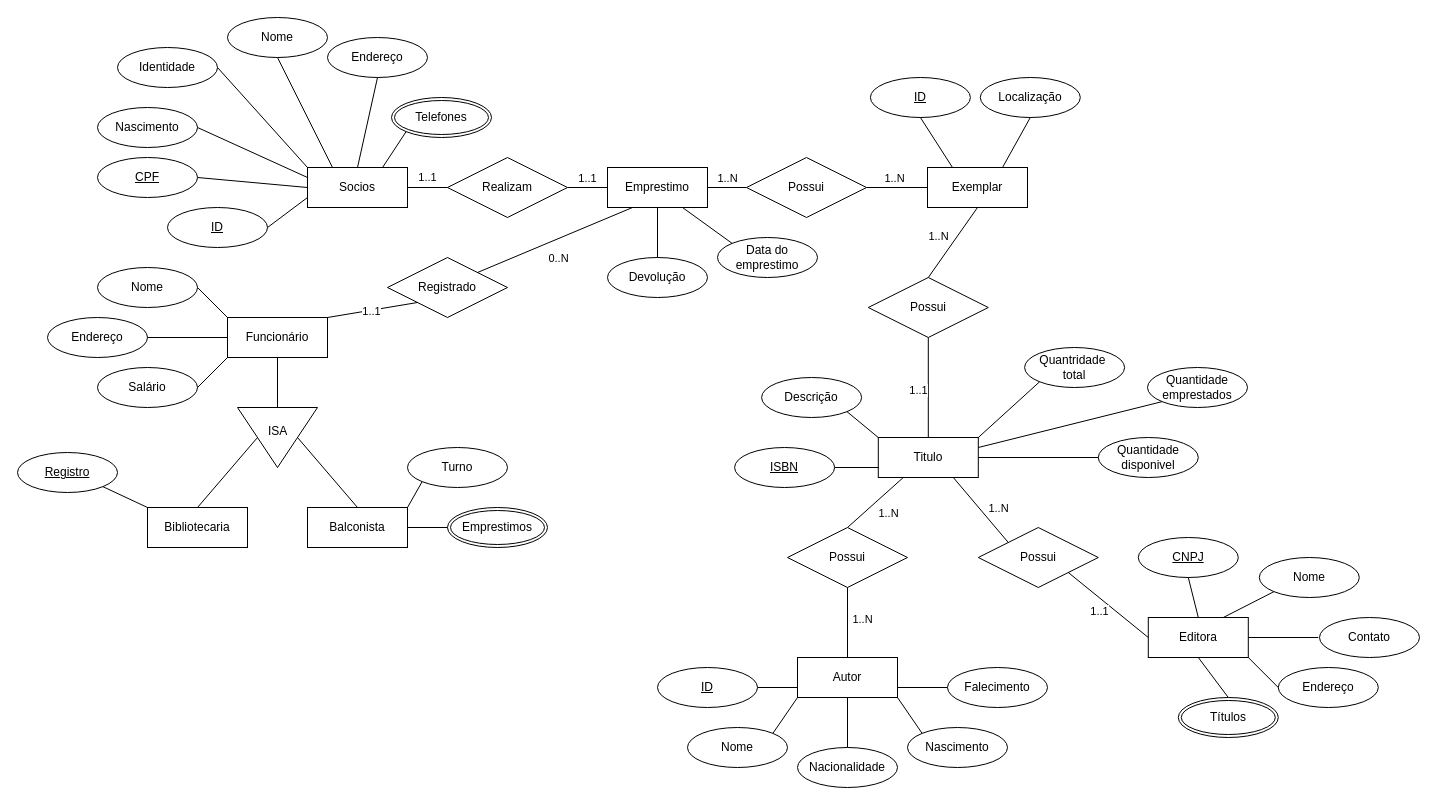
RenanCatini/Semetre-4 keeps this draw.io diagram as banco-de-dados/exercicios/Atv_1/Biblioteca.drawio. Above is the earlier version. Source tidied: cells renumbered, new cells numbered last; positions are measured from the earlier drawing's top-left corner, leaving out a move shared by most shapes. Both pictures are drawn from the tidied source at 100%, with x=0, y=0 at pixel (17, 17).
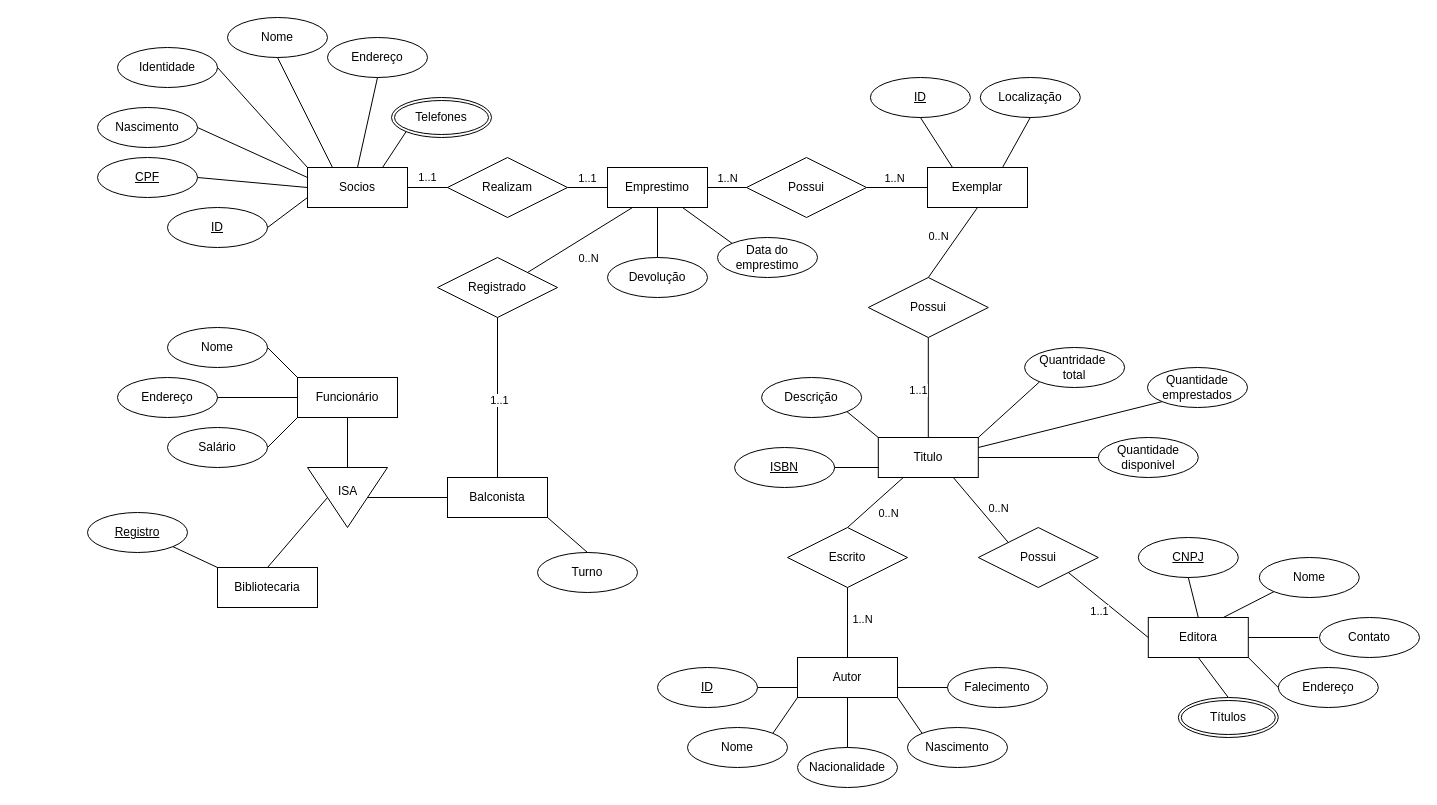
Above is the later version.

Unchanged cells that the change refers to:
```xml
<mxCell id="24" style="endArrow=none;html=1;rounded=0;exitX=0.25;exitY=1;exitDx=0;exitDy=0;entryX=0.5;entryY=0;entryDx=0;entryDy=0;" parent="1" edge="1" source="17" target="52">
  <mxGeometry relative="1" as="geometry" />
</mxCell>
<mxCell id="37" style="endArrow=none;html=1;rounded=0;exitX=0.75;exitY=1;exitDx=0;exitDy=0;entryX=0;entryY=0;entryDx=0;entryDy=0;" parent="1" edge="1" source="17" target="36">
  <mxGeometry relative="1" as="geometry" />
</mxCell>
<mxCell id="105" style="endArrow=none;html=1;rounded=0;exitX=0.5;exitY=0;exitDx=0;exitDy=0;entryX=0.5;entryY=1;entryDx=0;entryDy=0;" parent="1" edge="1" source="31" target="30">
  <mxGeometry relative="1" as="geometry" />
</mxCell>
```

Change to the diagram source:
```diff
@@
-    <mxCell id="25" value="1..N" style="edgeLabel;html=1;align=center;verticalAlign=middle;" parent="24" vertex="1">
+    <mxCell id="25" value="0..N" style="edgeLabel;html=1;align=center;verticalAlign=middle;" parent="24" vertex="1">
       <mxGeometry x="-0.07" y="-1" relative="1" as="geometry">
         <mxPoint x="11" y="13" as="offset" />
       </mxGeometry>
     </mxCell>
@@
-    <mxCell id="38" value="1..N" style="edgeLabel;html=1;align=center;verticalAlign=middle;" parent="37" vertex="1">
+    <mxCell id="38" value="0..N" style="edgeLabel;html=1;align=center;verticalAlign=middle;" parent="37" vertex="1">
       <mxGeometry x="-0.04" y="1" relative="1" as="geometry">
         <mxPoint x="17" as="offset" />
       </mxGeometry>
     </mxCell>
@@
-    <mxCell id="52" value="Possui" style="shape=rhombus;perimeter=rhombusPerimeter;whiteSpace=wrap;html=1;align=center;" parent="1" vertex="1">
+    <mxCell id="52" value="Escrito" style="shape=rhombus;perimeter=rhombusPerimeter;whiteSpace=wrap;html=1;align=center;" parent="1" vertex="1">
       <mxGeometry x="770" y="510" width="120" height="60" as="geometry" />
     </mxCell>
@@
     <mxCell id="72" value="Registrado" style="shape=rhombus;perimeter=rhombusPerimeter;whiteSpace=wrap;html=1;align=center;" parent="1" vertex="1">
-      <mxGeometry x="370" y="240" width="120" height="60" as="geometry" />
+      <mxGeometry x="420" y="240" width="120" height="60" as="geometry" />
     </mxCell>
     <mxCell id="73" value="Funcionário" style="whiteSpace=wrap;html=1;align=center;" parent="1" vertex="1">
-      <mxGeometry x="210" y="300" width="100" height="40" as="geometry" />
+      <mxGeometry x="280" y="360" width="100" height="40" as="geometry" />
     </mxCell>
-    <mxCell id="74" style="endArrow=none;html=1;rounded=0;exitX=1;exitY=0;exitDx=0;exitDy=0;entryX=0;entryY=1;entryDx=0;entryDy=0;" parent="1" edge="1" source="73" target="72">
+    <mxCell id="74" style="endArrow=none;html=1;rounded=0;exitX=0.5;exitY=0;exitDx=0;exitDy=0;entryX=0.5;entryY=1;entryDx=0;entryDy=0;" parent="1" edge="1" source="86" target="72">
       <mxGeometry relative="1" as="geometry" />
     </mxCell>
@@
     <mxCell id="76" value="Nome" style="ellipse;whiteSpace=wrap;html=1;align=center;" parent="1" vertex="1">
-      <mxGeometry x="80" y="250" width="100" height="40" as="geometry" />
+      <mxGeometry x="150" y="310" width="100" height="40" as="geometry" />
     </mxCell>
     <mxCell id="77" value="Endereço" style="ellipse;whiteSpace=wrap;html=1;align=center;" parent="1" vertex="1">
-      <mxGeometry x="30" y="300" width="100" height="40" as="geometry" />
+      <mxGeometry x="100" y="360" width="100" height="40" as="geometry" />
     </mxCell>
     <mxCell id="78" value="Salário" style="ellipse;whiteSpace=wrap;html=1;align=center;" parent="1" vertex="1">
-      <mxGeometry x="80" y="350" width="100" height="40" as="geometry" />
+      <mxGeometry x="150" y="410" width="100" height="40" as="geometry" />
     </mxCell>
@@
     <mxCell id="82" style="triangle;whiteSpace=wrap;html=1;rotation=90;" parent="1" vertex="1">
-      <mxGeometry x="230" y="380" width="60" height="80" as="geometry" />
+      <mxGeometry x="300" y="440" width="60" height="80" as="geometry" />
     </mxCell>
     <mxCell id="83" value="ISA" style="text;strokeColor=none;fillColor=none;spacingLeft=4;spacingRight=4;overflow=hidden;fontSize=12;whiteSpace=wrap;html=1;" parent="1" vertex="1">
-      <mxGeometry x="245" y="400" width="30" height="30" as="geometry" />
+      <mxGeometry x="315" y="460" width="30" height="30" as="geometry" />
     </mxCell>
@@
     <mxCell id="85" value="Bibliotecaria" style="whiteSpace=wrap;html=1;align=center;" parent="1" vertex="1">
-      <mxGeometry x="130" y="490" width="100" height="40" as="geometry" />
+      <mxGeometry x="200" y="550" width="100" height="40" as="geometry" />
     </mxCell>
     <mxCell id="86" value="Balconista" style="whiteSpace=wrap;html=1;align=center;" parent="1" vertex="1">
-      <mxGeometry x="290" y="490" width="100" height="40" as="geometry" />
+      <mxGeometry x="430" y="460" width="100" height="40" as="geometry" />
     </mxCell>
@@
-    <mxCell id="88" style="endArrow=none;html=1;rounded=0;exitX=0.5;exitY=0;exitDx=0;exitDy=0;entryX=0.5;entryY=0;entryDx=0;entryDy=0;" parent="1" edge="1" source="82" target="86">
+    <mxCell id="88" style="endArrow=none;html=1;rounded=0;exitX=0.5;exitY=0;exitDx=0;exitDy=0;entryX=0;entryY=0.5;entryDx=0;entryDy=0;" parent="1" edge="1" source="82" target="86">
       <mxGeometry relative="1" as="geometry" />
     </mxCell>
     <mxCell id="89" value="&lt;u&gt;Registro&lt;/u&gt;" style="ellipse;whiteSpace=wrap;html=1;align=center;" parent="1" vertex="1">
-      <mxGeometry y="435" width="100" height="40" as="geometry" />
+      <mxGeometry x="70" y="495" width="100" height="40" as="geometry" />
     </mxCell>
@@
     <mxCell id="91" value="Turno" style="ellipse;whiteSpace=wrap;html=1;align=center;" parent="1" vertex="1">
-      <mxGeometry x="390" y="430" width="100" height="40" as="geometry" />
+      <mxGeometry x="520" y="535" width="100" height="40" as="geometry" />
     </mxCell>
-    <mxCell id="92" value="Emprestimos" style="ellipse;shape=doubleEllipse;margin=3;whiteSpace=wrap;html=1;align=center;" parent="1" vertex="1">
-      <mxGeometry x="430" y="490" width="100" height="40" as="geometry" />
-    </mxCell>
-    <mxCell id="93" style="endArrow=none;html=1;rounded=0;exitX=1;exitY=0;exitDx=0;exitDy=0;entryX=0;entryY=1;entryDx=0;entryDy=0;" parent="1" edge="1" source="86" target="91">
+    <mxCell id="93" style="endArrow=none;html=1;rounded=0;exitX=1;exitY=1;exitDx=0;exitDy=0;entryX=0.5;entryY=0;entryDx=0;entryDy=0;" parent="1" edge="1" source="86" target="91">
       <mxGeometry relative="1" as="geometry" />
     </mxCell>
-    <mxCell id="94" style="endArrow=none;html=1;rounded=0;exitX=1;exitY=0.5;exitDx=0;exitDy=0;entryX=0;entryY=0.5;entryDx=0;entryDy=0;" parent="1" edge="1" source="86" target="92">
-      <mxGeometry relative="1" as="geometry" />
-    </mxCell>
@@
-    <mxCell id="106" value="1..N" style="edgeLabel;html=1;align=center;verticalAlign=middle;" parent="105" vertex="1">
+    <mxCell id="106" value="0..N" style="edgeLabel;html=1;align=center;verticalAlign=middle;" parent="105" vertex="1">
       <mxGeometry x="-0.13" y="-4" relative="1" as="geometry">
         <mxPoint x="-15" y="-14" as="offset" />
       </mxGeometry>
     </mxCell>
```
